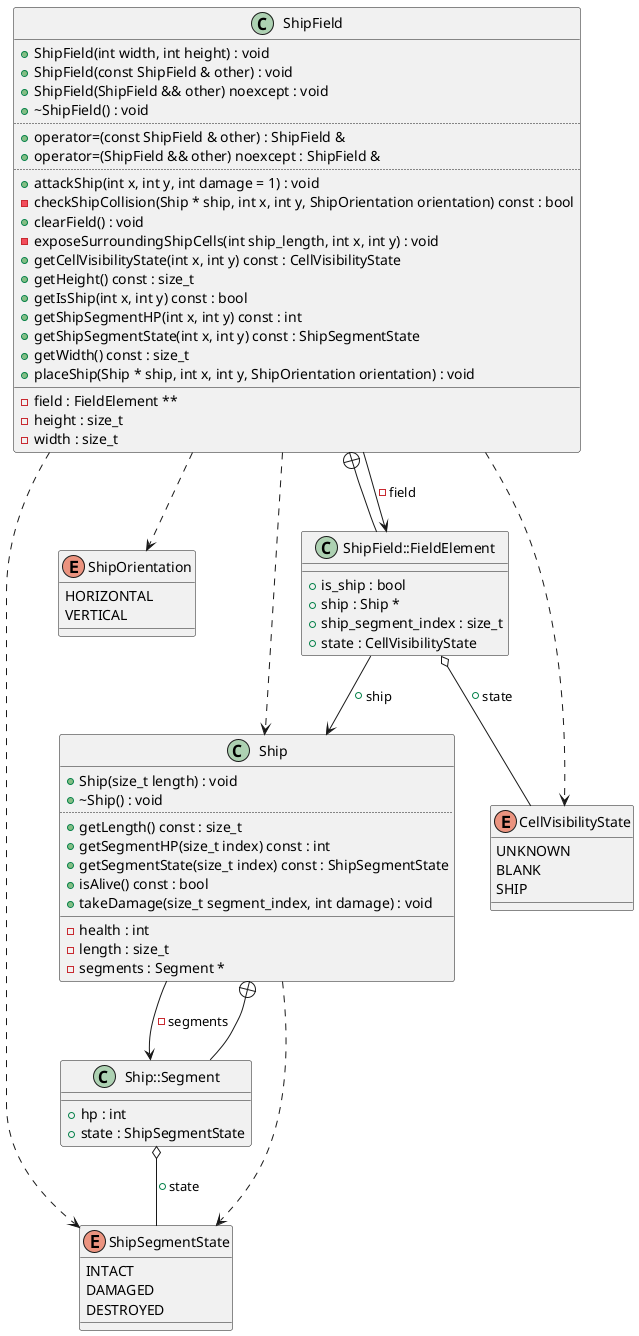
Earlier version of the PlantUML export diagrams/ShipField.png (Rennelv/ships).
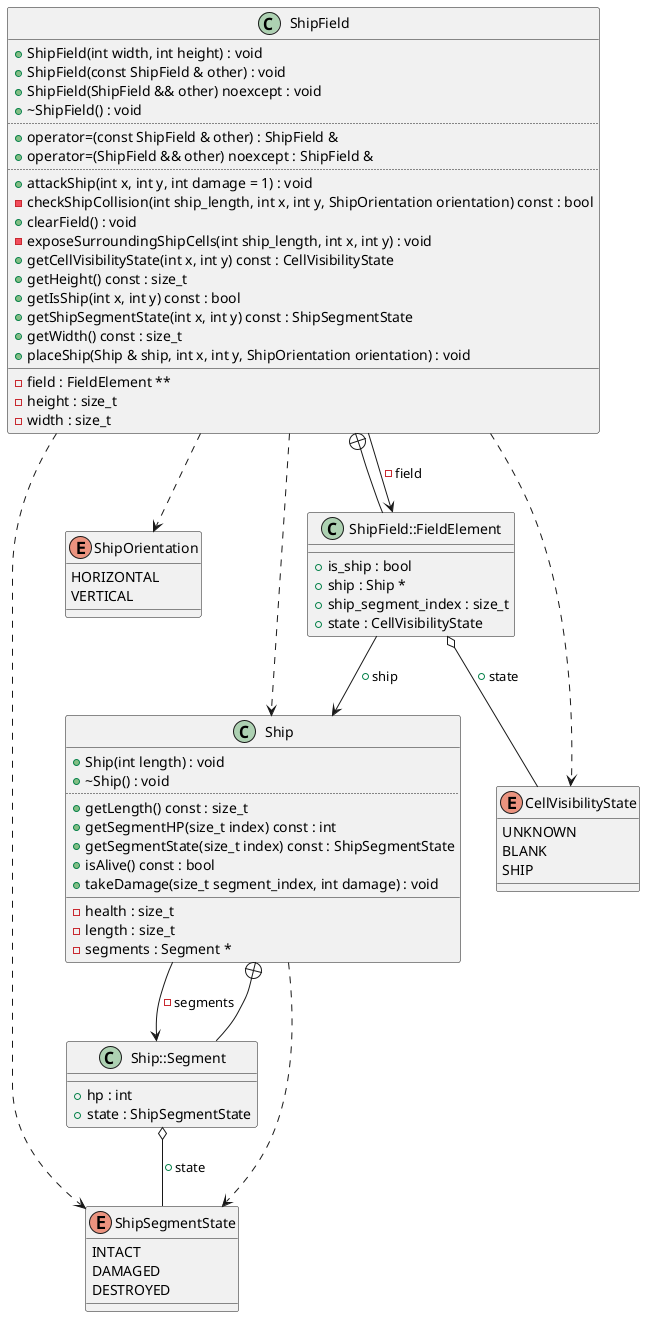
Later version of the same file.

What changed in the source:
```diff
@@ -18,7 +18,7 @@
 }
 class "Ship" as C_0014529657433315016423
 class C_0014529657433315016423 {
-+Ship(size_t length) : void
++Ship(int length) : void
 +~Ship() : void
 ..
 +getLength() const : size_t
@@ -27,7 +27,7 @@
 +isAlive() const : bool
 +takeDamage(size_t segment_index, int damage) : void
 __
--health : int
+-health : size_t
 -length : size_t
 -segments : Segment *
 }
@@ -48,16 +48,15 @@
 +operator=(ShipField && other) noexcept : ShipField &
 ..
 +attackShip(int x, int y, int damage = 1) : void
--checkShipCollision(Ship * ship, int x, int y, ShipOrientation orientation) const : bool
+-checkShipCollision(int ship_length, int x, int y, ShipOrientation orientation) const : bool
 +clearField() : void
 -exposeSurroundingShipCells(int ship_length, int x, int y) : void
 +getCellVisibilityState(int x, int y) const : CellVisibilityState
 +getHeight() const : size_t
 +getIsShip(int x, int y) const : bool
-+getShipSegmentHP(int x, int y) const : int
 +getShipSegmentState(int x, int y) const : ShipSegmentState
 +getWidth() const : size_t
-+placeShip(Ship * ship, int x, int y, ShipOrientation orientation) : void
++placeShip(Ship & ship, int x, int y, ShipOrientation orientation) : void
 __
 -field : FieldElement **
 -height : size_t
@@ -75,10 +74,10 @@
 C_0014529657433315016423 --> C_0000674658759292391449 : -segments
 C_0000674658759292391449 --+ C_0014529657433315016423
 C_0000674658759292391449 o-- C_0014256742677139282670 : +state
-C_0003843296779074973901 ..> C_0014529657433315016423
 C_0003843296779074973901 ..> C_0002579181642537833876
 C_0003843296779074973901 ..> C_0003333043679234439357
 C_0003843296779074973901 ..> C_0014256742677139282670
+C_0003843296779074973901 ..> C_0014529657433315016423
 C_0003843296779074973901 --> C_0000316359785794417378 : -field
 C_0000316359785794417378 --+ C_0003843296779074973901
 C_0000316359785794417378 o-- C_0003333043679234439357 : +state
```
